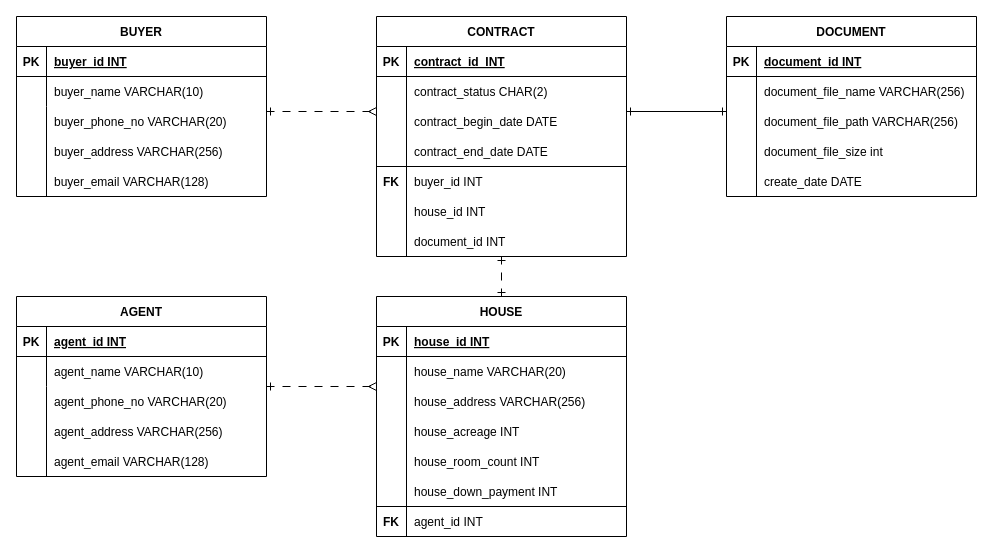
The draw.io diagram 제목 없는 다이어그램.drawio in lkis71/core, before the edit. Source tidied: cells renumbered, new cells numbered last; positions are measured from the earlier drawing's top-left corner, leaving out a move shared by most shapes. Both pictures are drawn from the tidied source at 100%, with x=0, y=0 at pixel (16, 16).
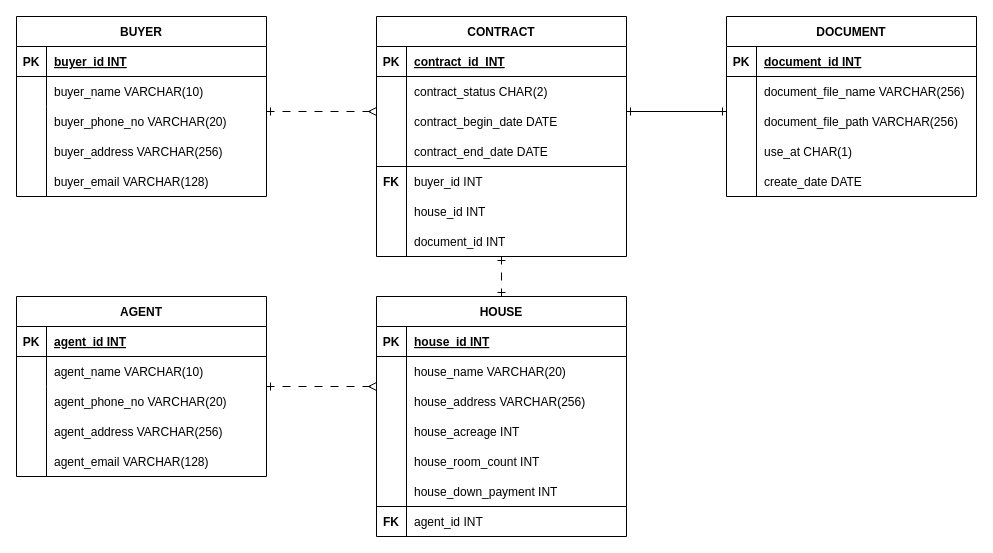
After the change.

Commit message:
제목 없는 다이어그램.drawio 업데이트

Diff of the diagram source:
```diff
@@
-    <mxCell id="65" value="document_file_size int" style="shape=partialRectangle;overflow=hidden;fillColor=none;top=0;left=0;bottom=0;right=0;align=left;spacingLeft=6;" parent="1" vertex="1">
+    <mxCell id="65" value="use_at CHAR(1)" style="shape=partialRectangle;overflow=hidden;fillColor=none;top=0;left=0;bottom=0;right=0;align=left;spacingLeft=6;" parent="1" vertex="1">
       <mxGeometry x="740" y="120" width="220" height="30" as="geometry" />
     </mxCell>
```
